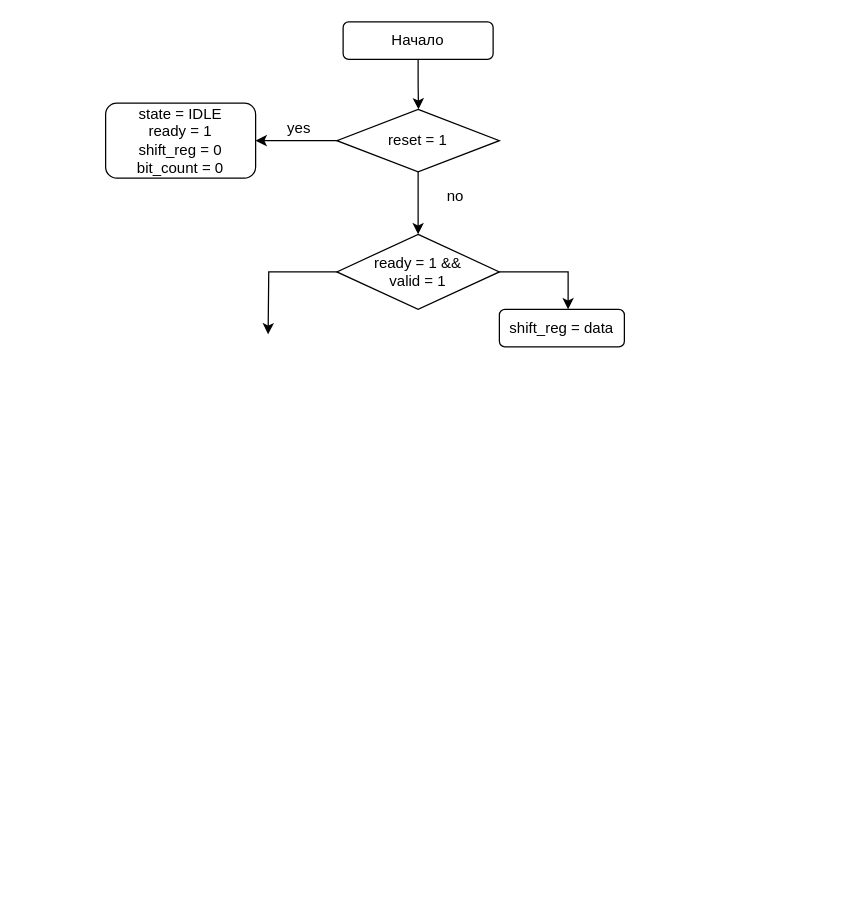
Before: Диаграмма без названия.drawio in IghorTatar/preparing-of-USE, a draw.io diagram. Source tidied: cells renumbered, new cells numbered last; positions are measured from the earlier drawing's top-left corner, leaving out a move shared by most shapes. Both pictures are drawn from the tidied source at 125%, with x=0, y=0 at pixel (105, 21).
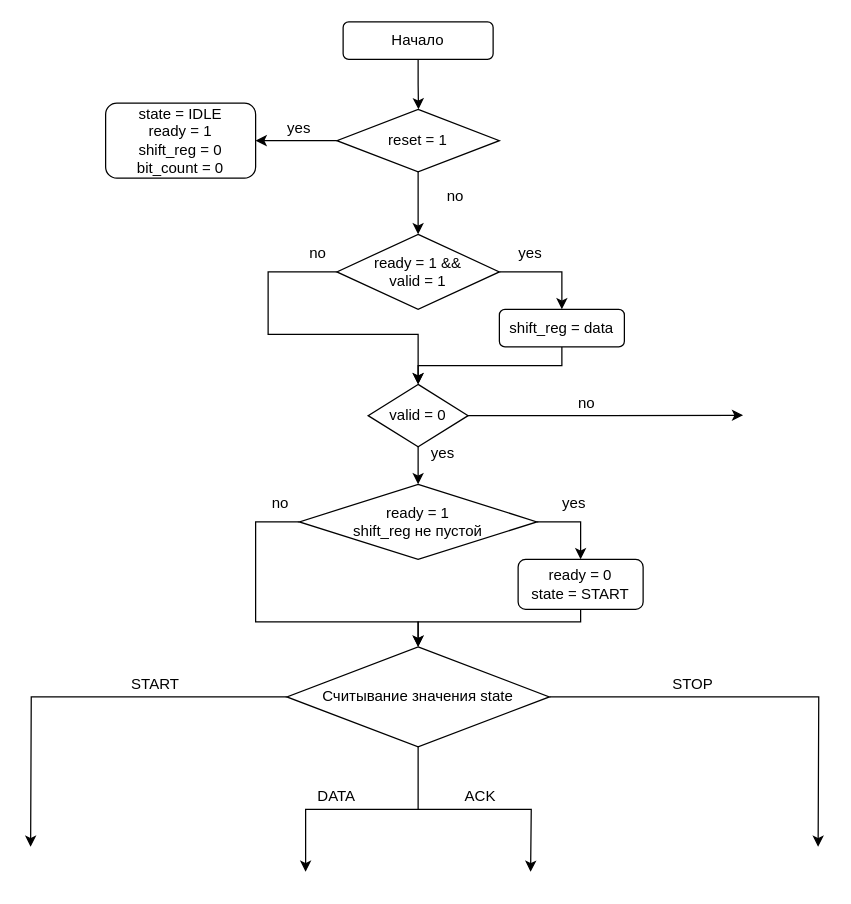
The same diagram, later.

The change refers to these unchanged cells:
```xml
<mxCell id="12" value="ready = 1 &amp;amp;&amp;amp;&lt;div&gt;valid = 1&lt;/div&gt;" style="rhombus;whiteSpace=wrap;html=1;" parent="1" vertex="1">
  <mxGeometry x="185" y="170" width="130" height="60" as="geometry" />
</mxCell>
<mxCell id="13" value="shift_reg = data" style="rounded=1;whiteSpace=wrap;html=1;" parent="1" vertex="1">
  <mxGeometry x="315" y="230" width="100" height="30" as="geometry" />
</mxCell>
```

Diff of the diagram source:
```diff
@@
-    <mxCell id="10" style="edgeStyle=orthogonalEdgeStyle;rounded=0;jettySize=auto;html=1;" parent="1" edge="1" source="12">
+    <mxCell id="10" style="edgeStyle=orthogonalEdgeStyle;rounded=0;jettySize=auto;html=1;entryX=0.5;entryY=0;entryDx=0;entryDy=0;exitX=0;exitY=0.5;exitDx=0;exitDy=0;" parent="1" edge="1" source="12" target="17">
       <mxGeometry relative="1" as="geometry">
-        <mxPoint x="130" y="250" as="targetPoint" />
+        <Array as="points">
+          <mxPoint x="130" y="200" />
+          <mxPoint x="130" y="250" />
+          <mxPoint x="250" y="250" />
+        </Array>
       </mxGeometry>
     </mxCell>
-    <mxCell id="11" style="edgeStyle=orthogonalEdgeStyle;rounded=0;jettySize=auto;html=1;exitX=1;exitY=0.5;exitDx=0;exitDy=0;" parent="1" edge="1" source="12" target="13">
+    <mxCell id="11" style="edgeStyle=orthogonalEdgeStyle;rounded=0;jettySize=auto;html=1;exitX=1;exitY=0.5;exitDx=0;exitDy=0;entryX=0.5;entryY=0;entryDx=0;entryDy=0;" parent="1" edge="1" source="12" target="13">
       <mxGeometry relative="1" as="geometry">
         <Array as="points">
-          <mxPoint x="370" y="200" />
+          <mxPoint x="365" y="200" />
         </Array>
       </mxGeometry>
     </mxCell>
@@
+    <mxCell id="14" style="edgeStyle=orthogonalEdgeStyle;rounded=0;jettySize=auto;html=1;entryX=0.5;entryY=0;entryDx=0;entryDy=0;exitX=0.5;exitY=1;exitDx=0;exitDy=0;" parent="1" edge="1" source="13" target="17">
+      <mxGeometry relative="1" as="geometry">
+        <Array as="points">
+          <mxPoint x="365" y="275" />
+          <mxPoint x="250" y="275" />
+        </Array>
+      </mxGeometry>
+    </mxCell>
@@
+    <mxCell id="15" style="edgeStyle=orthogonalEdgeStyle;rounded=0;jettySize=auto;html=1;" parent="1" edge="1" source="17">
+      <mxGeometry relative="1" as="geometry">
+        <mxPoint x="250" y="370" as="targetPoint" />
+      </mxGeometry>
+    </mxCell>
+    <mxCell id="16" style="edgeStyle=orthogonalEdgeStyle;rounded=0;jettySize=auto;html=1;exitX=1;exitY=0.5;exitDx=0;exitDy=0;" parent="1" edge="1" source="17">
+      <mxGeometry relative="1" as="geometry">
+        <mxPoint x="510" y="314.7" as="targetPoint" />
+      </mxGeometry>
+    </mxCell>
+    <mxCell id="17" value="valid = 0" style="rhombus;whiteSpace=wrap;html=1;" parent="1" vertex="1">
+      <mxGeometry x="210" y="290" width="80" height="50" as="geometry" />
+    </mxCell>
+    <mxCell id="18" value="yes" style="text;html=1;align=center;verticalAlign=middle;whiteSpace=wrap;rounded=0;" parent="1" vertex="1">
+      <mxGeometry x="310" y="170" width="60" height="30" as="geometry" />
+    </mxCell>
+    <mxCell id="19" value="no" style="text;html=1;align=center;verticalAlign=middle;whiteSpace=wrap;rounded=0;" parent="1" vertex="1">
+      <mxGeometry x="140" y="170" width="60" height="30" as="geometry" />
+    </mxCell>
+    <mxCell id="20" style="edgeStyle=orthogonalEdgeStyle;rounded=0;jettySize=auto;html=1;exitX=1;exitY=0.5;exitDx=0;exitDy=0;entryX=0.5;entryY=0;entryDx=0;entryDy=0;" parent="1" edge="1" source="22" target="26">
+      <mxGeometry relative="1" as="geometry" />
+    </mxCell>
+    <mxCell id="21" style="edgeStyle=orthogonalEdgeStyle;rounded=0;jettySize=auto;html=1;exitX=0;exitY=0.5;exitDx=0;exitDy=0;entryX=0.5;entryY=0;entryDx=0;entryDy=0;" parent="1" edge="1" source="22" target="30">
+      <mxGeometry relative="1" as="geometry">
+        <Array as="points">
+          <mxPoint x="120" y="400" />
+          <mxPoint x="120" y="480" />
+          <mxPoint x="250" y="480" />
+        </Array>
+      </mxGeometry>
+    </mxCell>
+    <mxCell id="22" value="ready = 1&lt;div&gt;shift_reg не пустой&lt;/div&gt;" style="rhombus;whiteSpace=wrap;html=1;" parent="1" vertex="1">
+      <mxGeometry x="155" y="370" width="190" height="60" as="geometry" />
+    </mxCell>
+    <mxCell id="23" value="yes" style="text;html=1;align=center;verticalAlign=middle;whiteSpace=wrap;rounded=0;" parent="1" vertex="1">
+      <mxGeometry x="240" y="330" width="60" height="30" as="geometry" />
+    </mxCell>
+    <mxCell id="24" value="no" style="text;html=1;align=center;verticalAlign=middle;whiteSpace=wrap;rounded=0;" parent="1" vertex="1">
+      <mxGeometry x="355" y="290" width="60" height="30" as="geometry" />
+    </mxCell>
+    <mxCell id="25" style="edgeStyle=orthogonalEdgeStyle;rounded=0;jettySize=auto;html=1;exitX=0.5;exitY=1;exitDx=0;exitDy=0;entryX=0.5;entryY=0;entryDx=0;entryDy=0;" parent="1" edge="1" source="26" target="30">
+      <mxGeometry relative="1" as="geometry">
+        <Array as="points">
+          <mxPoint x="380" y="480" />
+          <mxPoint x="250" y="480" />
+        </Array>
+      </mxGeometry>
+    </mxCell>
+    <mxCell id="26" value="ready = 0&lt;div&gt;state = START&lt;/div&gt;" style="rounded=1;whiteSpace=wrap;html=1;" parent="1" vertex="1">
+      <mxGeometry x="330" y="430" width="100" height="40" as="geometry" />
+    </mxCell>
+    <mxCell id="27" style="edgeStyle=orthogonalEdgeStyle;rounded=0;jettySize=auto;html=1;exitX=0;exitY=0.5;exitDx=0;exitDy=0;" parent="1" edge="1" source="30">
+      <mxGeometry relative="1" as="geometry">
+        <mxPoint x="-60" y="660" as="targetPoint" />
+      </mxGeometry>
+    </mxCell>
+    <mxCell id="28" style="edgeStyle=orthogonalEdgeStyle;rounded=0;jettySize=auto;html=1;exitX=1;exitY=0.5;exitDx=0;exitDy=0;" parent="1" edge="1" source="30">
+      <mxGeometry relative="1" as="geometry">
+        <mxPoint x="570" y="660" as="targetPoint" />
+      </mxGeometry>
+    </mxCell>
+    <mxCell id="29" style="edgeStyle=orthogonalEdgeStyle;rounded=0;jettySize=auto;html=1;exitX=0.5;exitY=1;exitDx=0;exitDy=0;" parent="1" edge="1" source="30">
+      <mxGeometry relative="1" as="geometry">
+        <mxPoint x="340" y="680" as="targetPoint" />
+      </mxGeometry>
+    </mxCell>
+    <mxCell id="30" value="Считывание значения state" style="rhombus;whiteSpace=wrap;html=1;" parent="1" vertex="1">
+      <mxGeometry x="145" y="500" width="210" height="80" as="geometry" />
+    </mxCell>
+    <mxCell id="31" value="yes" style="text;html=1;align=center;verticalAlign=middle;whiteSpace=wrap;rounded=0;" parent="1" vertex="1">
+      <mxGeometry x="345" y="370" width="60" height="30" as="geometry" />
+    </mxCell>
+    <mxCell id="32" value="no" style="text;html=1;align=center;verticalAlign=middle;whiteSpace=wrap;rounded=0;" parent="1" vertex="1">
+      <mxGeometry x="110" y="370" width="60" height="30" as="geometry" />
+    </mxCell>
+    <mxCell id="33" style="endArrow=classic;html=1;rounded=0;" parent="1" edge="1">
+      <mxGeometry relative="1" as="geometry">
+        <mxPoint x="250" y="630" as="sourcePoint" />
+        <mxPoint x="160" y="680" as="targetPoint" />
+        <Array as="points">
+          <mxPoint x="200" y="630" />
+          <mxPoint x="160" y="630" />
+        </Array>
+      </mxGeometry>
+    </mxCell>
+    <mxCell id="34" value="START" style="text;html=1;align=center;verticalAlign=middle;whiteSpace=wrap;rounded=0;" parent="1" vertex="1">
+      <mxGeometry x="10" y="520" width="60" height="20" as="geometry" />
+    </mxCell>
+    <mxCell id="35" value="DATA" style="text;html=1;align=center;verticalAlign=middle;whiteSpace=wrap;rounded=0;" parent="1" vertex="1">
+      <mxGeometry x="155" y="610" width="60" height="20" as="geometry" />
+    </mxCell>
+    <mxCell id="36" value="ACK" style="text;html=1;align=center;verticalAlign=middle;whiteSpace=wrap;rounded=0;" parent="1" vertex="1">
+      <mxGeometry x="270" y="610" width="60" height="20" as="geometry" />
+    </mxCell>
+    <mxCell id="37" value="STOP" style="text;html=1;align=center;verticalAlign=middle;whiteSpace=wrap;rounded=0;" parent="1" vertex="1">
+      <mxGeometry x="440" y="520" width="60" height="20" as="geometry" />
+    </mxCell>
```
